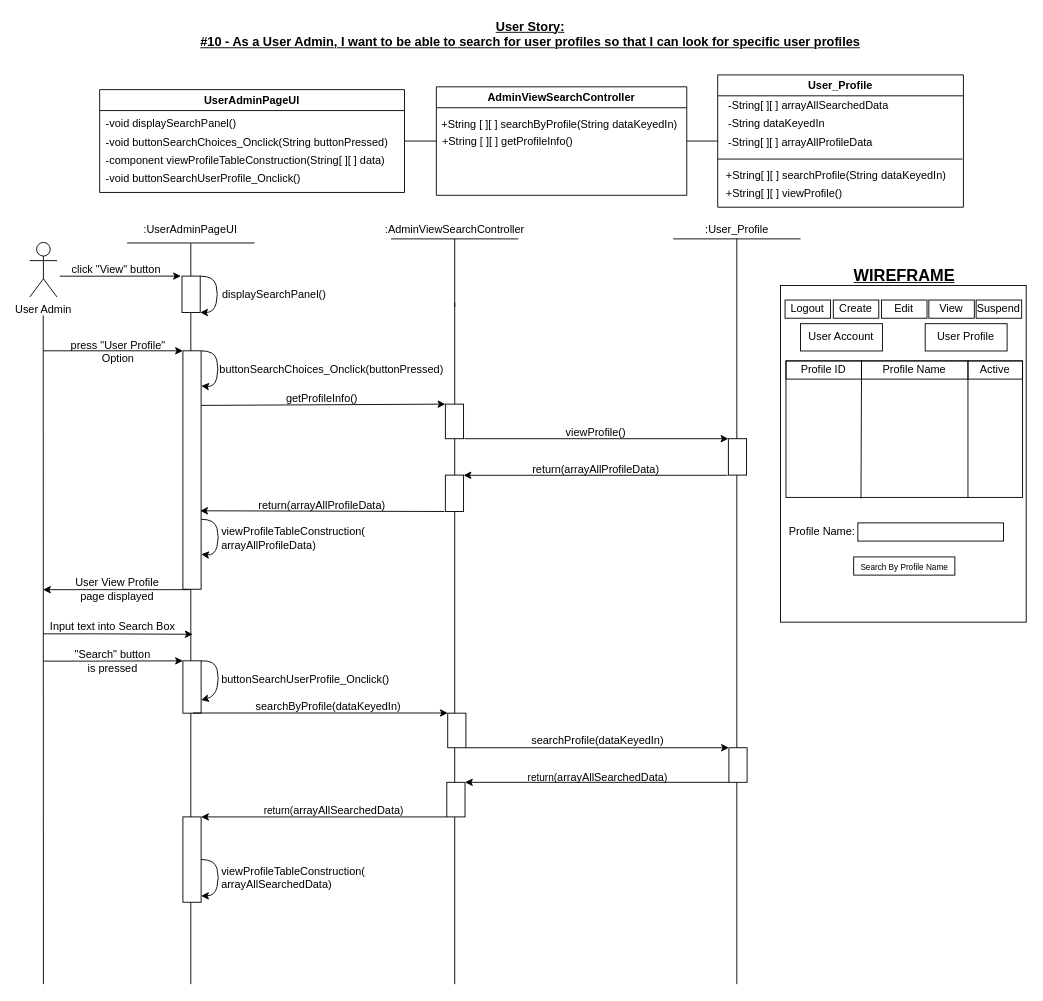
extred5700/JAVAGUI-Restaurant-Table-Order-System keeps this draw.io diagram as BCE_UML_and_Diagrams/UserAdmin/UserAdmin_ViewSearchProfile(#10&11)/UserStory#10_SearchProfile.drawio. Above is the earlier version. Source tidied: cells renumbered, new cells numbered last; positions are measured from the earlier drawing's top-left corner, leaving out a move shared by most shapes. Both pictures are drawn from the tidied source at 91%, with x=0, y=0 at pixel (29, 15).
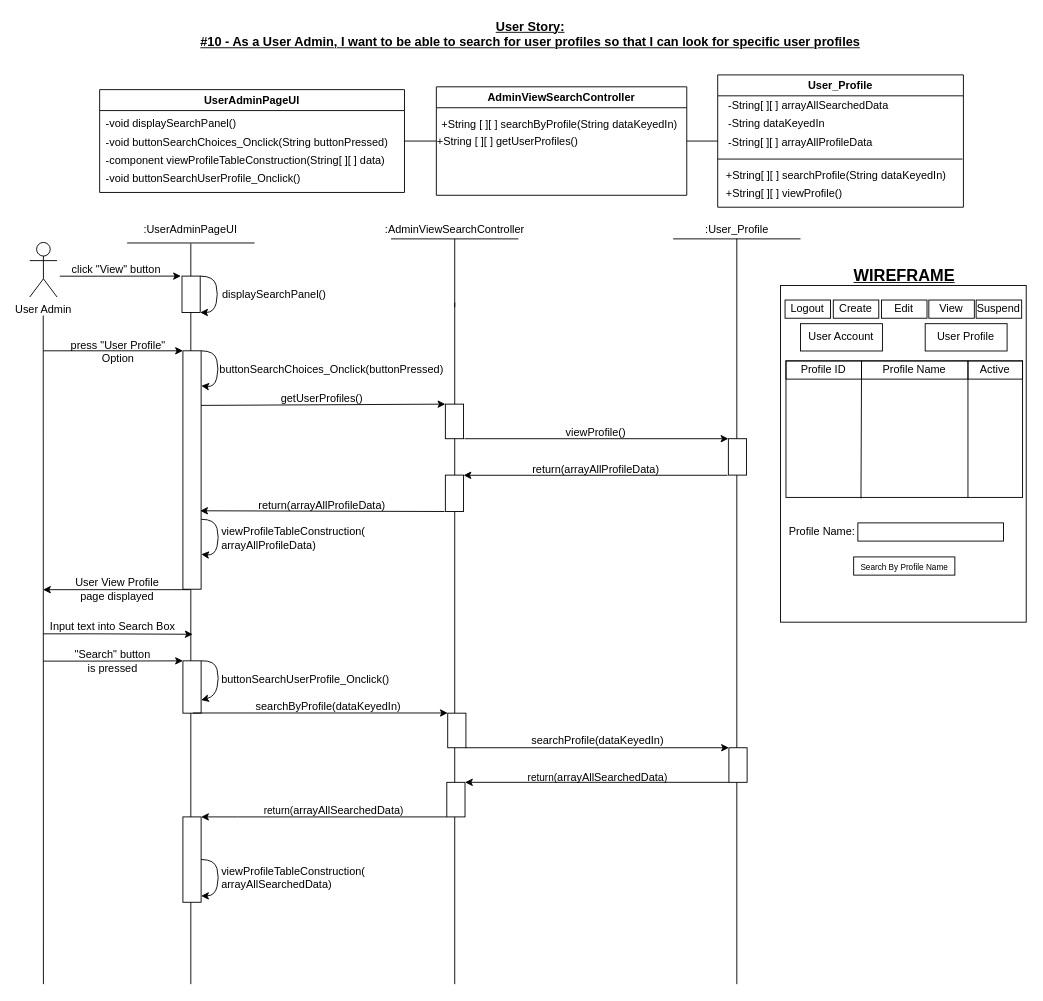
The same diagram, later.

Commit message (it also covers changes not shown here):
Changed Suspend, View and Search Diagrams

The change refers to these unchanged cells:
```xml
<mxCell id="9" value="AdminViewSearchController" style="swimlane;" parent="1" vertex="1">
  <mxGeometry x="447" y="77.9" width="275.2" height="119.2" as="geometry" />
</mxCell>
```

Diff of the diagram source:
```diff
@@
-    <mxCell id="11" value="&lt;div style=&quot;text-align: left&quot;&gt;+String [ ][ ] getProfileInfo()&lt;/div&gt;" style="text;html=1;align=center;verticalAlign=middle;strokeColor=none;fillColor=none;" parent="9" vertex="1">
-      <mxGeometry x="-2" y="49.6" width="160" height="20" as="geometry" />
+    <mxCell id="11" value="&lt;div style=&quot;text-align: left&quot;&gt;+String [ ][ ] getUserProfiles()&lt;/div&gt;" style="text;html=1;align=center;verticalAlign=middle;strokeColor=none;fillColor=none;" parent="9" vertex="1">
+      <mxGeometry x="-7" y="49.6" width="170" height="20" as="geometry" />
     </mxCell>
@@
-    <mxCell id="57" value="getProfileInfo()" style="text;html=1;align=center;verticalAlign=middle;strokeColor=none;fillColor=none;" parent="1" vertex="1">
-      <mxGeometry x="275.9" y="410.6" width="90" height="20" as="geometry" />
+    <mxCell id="57" value="getUserProfiles()" style="text;html=1;align=center;verticalAlign=middle;strokeColor=none;fillColor=none;" parent="1" vertex="1">
+      <mxGeometry x="265.9" y="410.6" width="110" height="20" as="geometry" />
     </mxCell>
```
